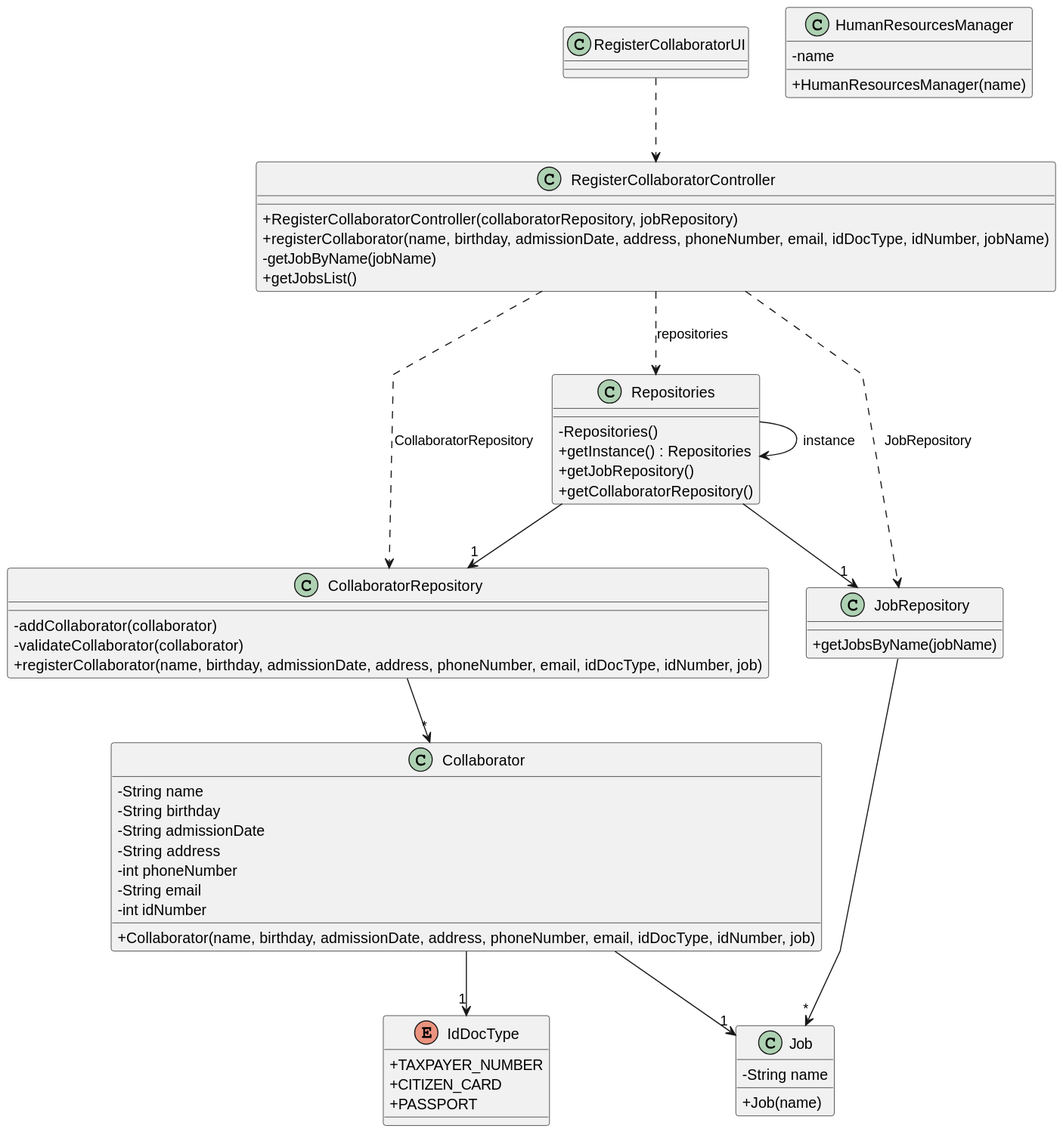
Earlier version of the PlantUML export docs/sprintA&B/us003/03.design/svg/us003-class-diagram.svg (daniel41silva05/ISEP_2023_2024_LAPR2).
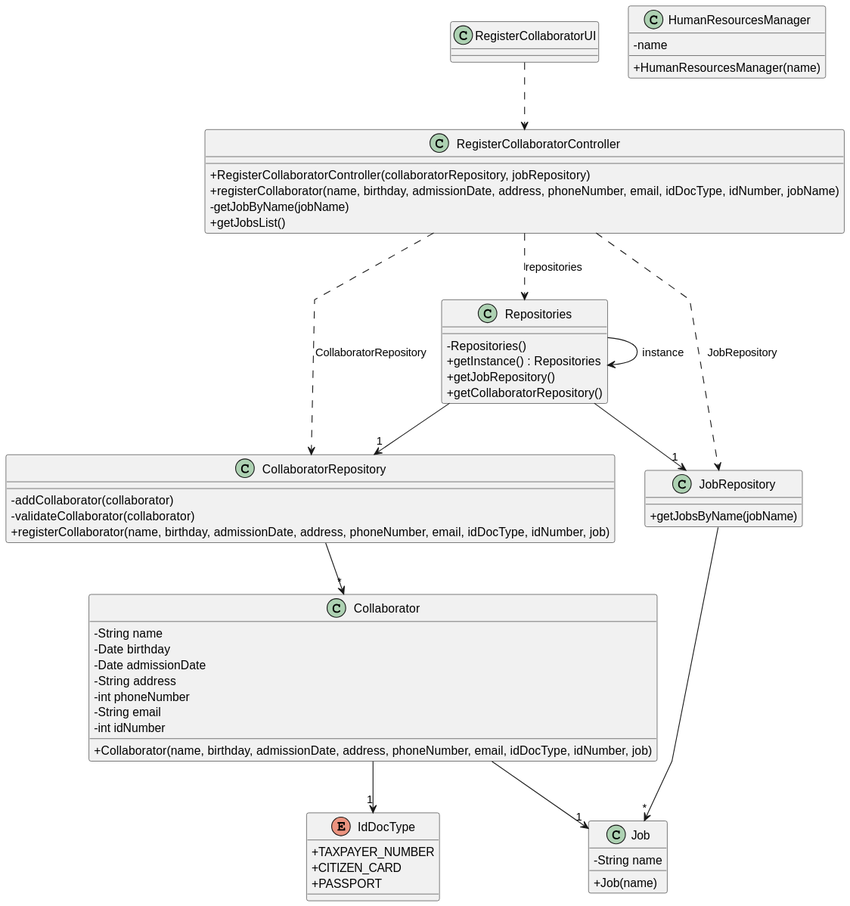
The same diagram one commit later.

Diff of the diagram source:
```diff
@@ -24,8 +24,8 @@
 
 class Collaborator {
     -String name
-    -String birthday
-    -String admissionDate
+    -Date birthday
+    -Date admissionDate
     -String address
     -int phoneNumber
     -String email
```
